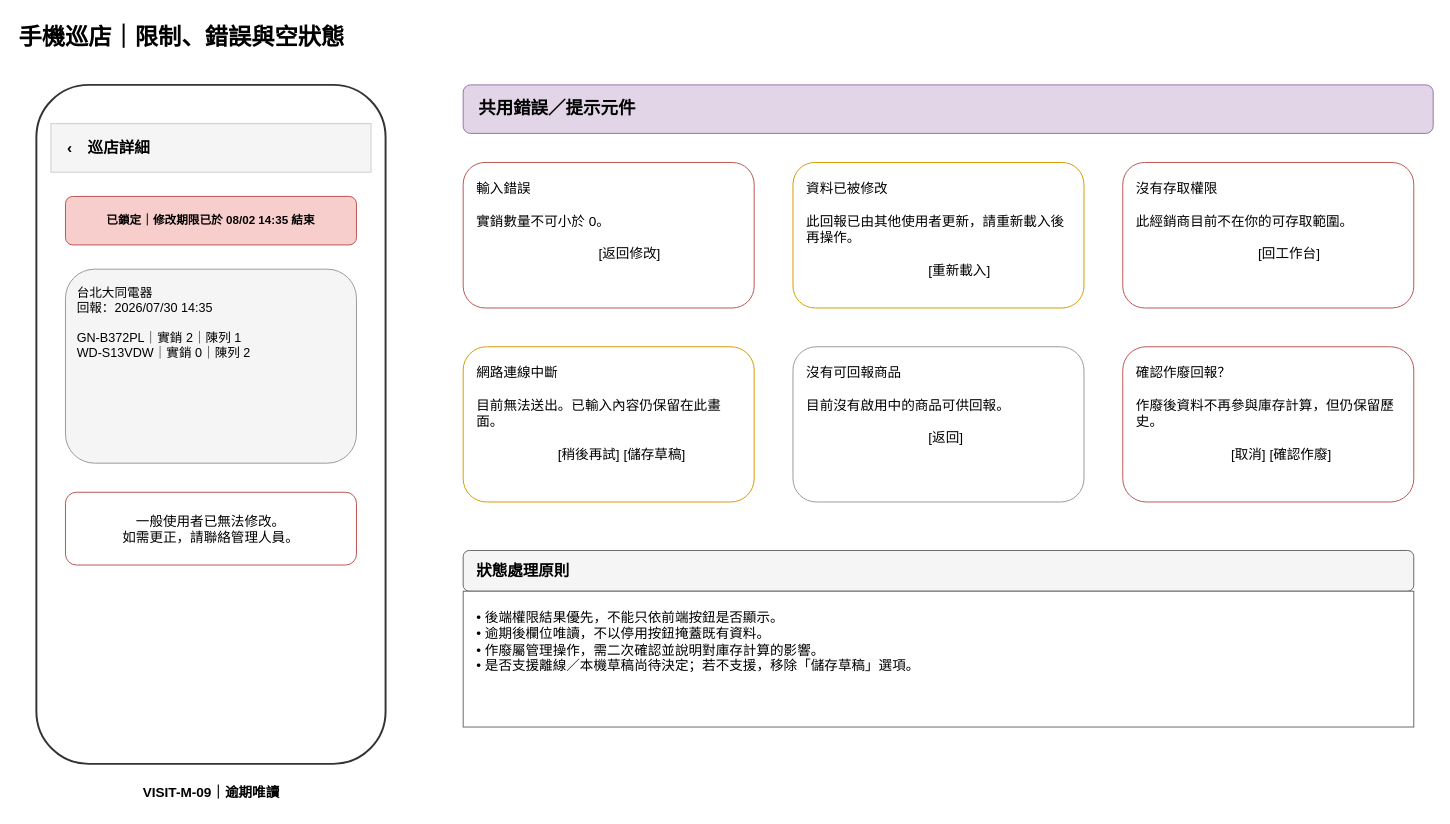
Before: page "06_共用限制與錯誤狀態" (7 of 7) of Codex筆記/LGSale_UI_Wireframe.drawio in tim5612/LGSaleOut, a draw.io diagram. Source tidied: cells renumbered, new cells numbered last; positions are measured from the earlier drawing's top-left corner, leaving out a move shared by most shapes. Both pictures are drawn from the tidied source at 97%, with x=0, y=0 at pixel (16, 16).
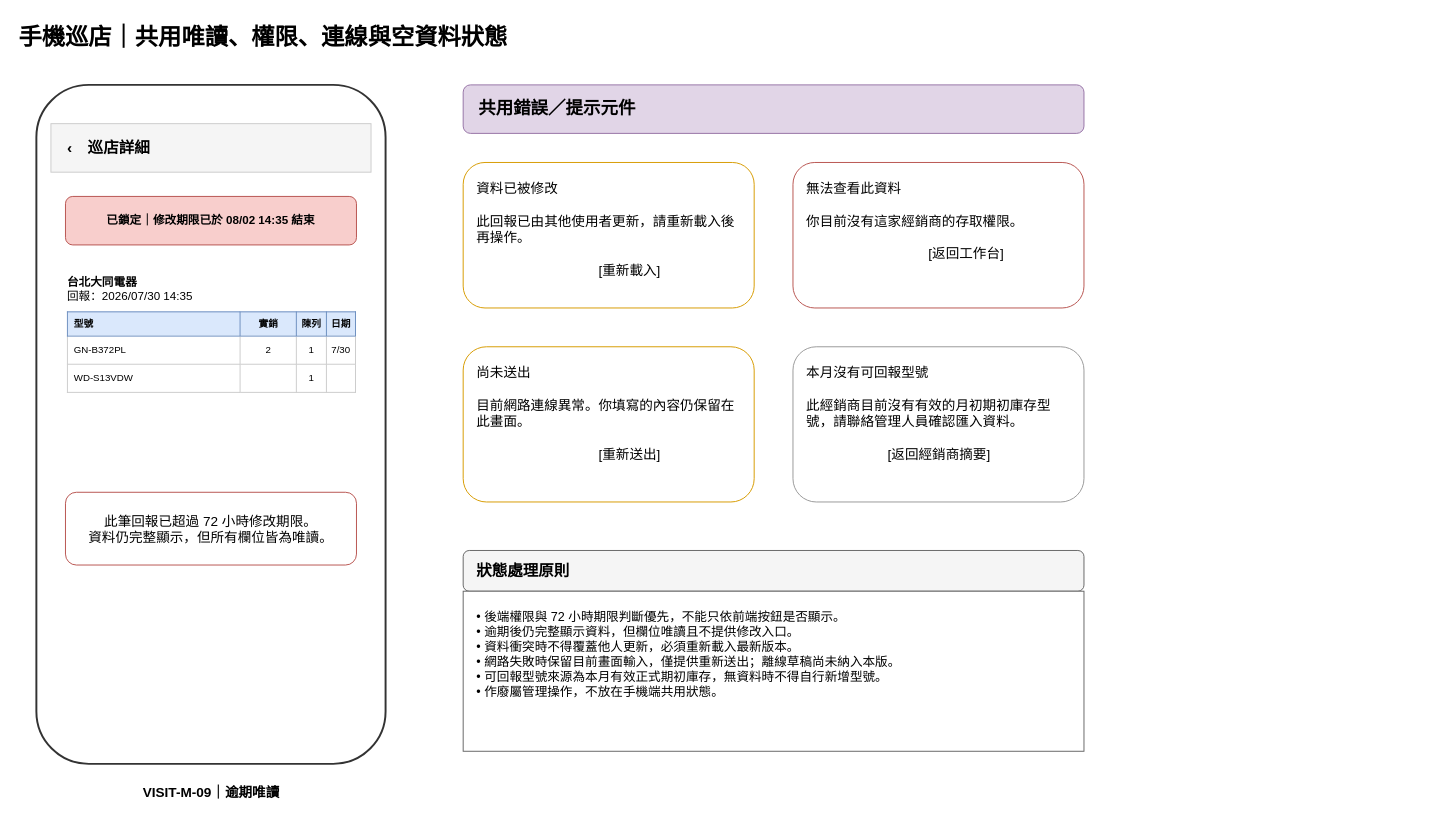
After the change.

Change to the diagram source:
```diff
@@
 <mxGraphModel>
   <root>
     <mxCell id="0" />
     <mxCell id="1" parent="0" />
-    <mxCell id="2" value="手機巡店｜限制、錯誤與空狀態" style="text;html=1;fontSize=24;fontStyle=1;align=left;" parent="1" vertex="1">
+    <mxCell id="2" value="手機巡店｜共用唯讀、權限、連線與空資料狀態" style="text;html=1;fontSize=24;fontStyle=1;align=left;" parent="1" vertex="1">
       <mxGeometry width="900" height="40" as="geometry" />
     </mxCell>
     <mxCell id="3" style="rounded=1;whiteSpace=wrap;html=1;fillColor=#ffffff;strokeColor=#333333;strokeWidth=2;" parent="1" vertex="1">
       <mxGeometry x="20" y="70" width="360" height="700" as="geometry" />
     </mxCell>
     <mxCell id="4" value="‹　巡店詳細" style="rounded=0;whiteSpace=wrap;html=1;fillColor=#f5f5f5;strokeColor=#cccccc;fontStyle=1;fontSize=16;align=left;spacingLeft=15;" parent="1" vertex="1">
       <mxGeometry x="35" y="110" width="330" height="50" as="geometry" />
     </mxCell>
     <mxCell id="5" value="已鎖定｜修改期限已於 08/02 14:35 結束" style="rounded=1;whiteSpace=wrap;html=1;fillColor=#f8cecc;strokeColor=#b85450;fontSize=12;fontStyle=1;" parent="1" vertex="1">
       <mxGeometry x="50" y="185" width="300" height="50" as="geometry" />
     </mxCell>
-    <mxCell id="6" value="台北大同電器&#10;回報：2026/07/30 14:35&#10;&#10;GN-B372PL｜實銷 2｜陳列 1&#10;WD-S13VDW｜實銷 0｜陳列 2" style="rounded=1;whiteSpace=wrap;html=1;fillColor=#f5f5f5;strokeColor=#999999;align=left;verticalAlign=top;spacing=12;fontSize=13;" parent="1" vertex="1">
+    <mxCell id="6" value="&lt;div style=&quot;margin-bottom:8px;font-size:12px&quot;&gt;&lt;b&gt;台北大同電器&lt;/b&gt;&lt;br&gt;回報：2026/07/30 14:35&lt;/div&gt;&lt;table style=&quot;width:100%;border-collapse:collapse;table-layout:fixed&quot;&gt;&lt;tr style=&quot;background:#dae8fc;font-weight:bold&quot;&gt;&lt;td style=&quot;width:60%;border:1px solid #6c8ebf;padding:6px&quot;&gt;型號&lt;/td&gt;&lt;td style=&quot;width:20%;border:1px solid #6c8ebf;text-align:center&quot;&gt;實銷&lt;/td&gt;&lt;td style=&quot;width:10%;border:1px solid #6c8ebf;text-align:center&quot;&gt;陳列&lt;/td&gt;&lt;td style=&quot;width:10%;border:1px solid #6c8ebf;text-align:center&quot;&gt;日期&lt;/td&gt;&lt;/tr&gt;&lt;tr&gt;&lt;td style=&quot;border:1px solid #ccc;padding:8px 6px&quot;&gt;GN-B372PL&lt;/td&gt;&lt;td style=&quot;border:1px solid #ccc;text-align:center&quot;&gt;2&lt;/td&gt;&lt;td style=&quot;border:1px solid #ccc;text-align:center&quot;&gt;1&lt;/td&gt;&lt;td style=&quot;border:1px solid #ccc;text-align:center&quot;&gt;7/30&lt;/td&gt;&lt;/tr&gt;&lt;tr&gt;&lt;td style=&quot;border:1px solid #ccc;padding:8px 6px&quot;&gt;WD-S13VDW&lt;/td&gt;&lt;td style=&quot;border:1px solid #ccc;text-align:center&quot;&gt;&lt;/td&gt;&lt;td style=&quot;border:1px solid #ccc;text-align:center&quot;&gt;1&lt;/td&gt;&lt;td style=&quot;border:1px solid #ccc;text-align:center&quot;&gt;&lt;/td&gt;&lt;/tr&gt;&lt;/table&gt;" style="rounded=0;whiteSpace=wrap;html=1;fillColor=#ffffff;strokeColor=none;align=left;verticalAlign=top;fontSize=10;" parent="1" vertex="1">
       <mxGeometry x="50" y="260" width="300" height="200" as="geometry" />
     </mxCell>
-    <mxCell id="7" value="一般使用者已無法修改。&#10;如需更正，請聯絡管理人員。" style="rounded=1;whiteSpace=wrap;html=1;fillColor=#ffffff;strokeColor=#b85450;fontSize=14;" parent="1" vertex="1">
+    <mxCell id="7" value="此筆回報已超過 72 小時修改期限。&#10;資料仍完整顯示，但所有欄位皆為唯讀。" style="rounded=1;whiteSpace=wrap;html=1;fillColor=#ffffff;strokeColor=#b85450;fontSize=14;" parent="1" vertex="1">
       <mxGeometry x="50" y="490" width="300" height="75" as="geometry" />
     </mxCell>
     <mxCell id="8" value="VISIT-M-09｜逾期唯讀" style="text;html=1;fontStyle=1;fontSize=14;align=center;" parent="1" vertex="1">
       <mxGeometry x="20" y="785" width="360" height="30" as="geometry" />
     </mxCell>
     <mxCell id="9" value="共用錯誤／提示元件" style="rounded=1;whiteSpace=wrap;html=1;fillColor=#e1d5e7;strokeColor=#9673a6;fontStyle=1;fontSize=18;align=left;spacingLeft=14;" parent="1" vertex="1">
-      <mxGeometry x="460" y="70" width="1000" height="50" as="geometry" />
+      <mxGeometry x="460" y="70" width="640" height="50" as="geometry" />
     </mxCell>
-    <mxCell id="10" value="輸入錯誤&#10;&#10;實銷數量不可小於 0。&#10;&#10;　　　　　　　　　[返回修改]" style="rounded=1;whiteSpace=wrap;html=1;fillColor=#ffffff;strokeColor=#b85450;align=left;verticalAlign=top;spacing=14;fontSize=14;" parent="1" vertex="1">
-      <mxGeometry x="460" y="150" width="300" height="150" as="geometry" />
-    </mxCell>
     <mxCell id="11" value="資料已被修改&#10;&#10;此回報已由其他使用者更新，請重新載入後再操作。&#10;&#10;　　　　　　　　　[重新載入]" style="rounded=1;whiteSpace=wrap;html=1;fillColor=#ffffff;strokeColor=#d79b00;align=left;verticalAlign=top;spacing=14;fontSize=14;" parent="1" vertex="1">
-      <mxGeometry x="800" y="150" width="300" height="150" as="geometry" />
+      <mxGeometry x="460" y="150" width="300" height="150" as="geometry" />
     </mxCell>
-    <mxCell id="12" value="沒有存取權限&#10;&#10;此經銷商目前不在你的可存取範圍。&#10;&#10;　　　　　　　　　[回工作台]" style="rounded=1;whiteSpace=wrap;html=1;fillColor=#ffffff;strokeColor=#b85450;align=left;verticalAlign=top;spacing=14;fontSize=14;" parent="1" vertex="1">
-      <mxGeometry x="1140" y="150" width="300" height="150" as="geometry" />
+    <mxCell id="12" value="無法查看此資料&#10;&#10;你目前沒有這家經銷商的存取權限。&#10;&#10;　　　　　　　　　[返回工作台]" style="rounded=1;whiteSpace=wrap;html=1;fillColor=#ffffff;strokeColor=#b85450;align=left;verticalAlign=top;spacing=14;fontSize=14;" parent="1" vertex="1">
+      <mxGeometry x="800" y="150" width="300" height="150" as="geometry" />
     </mxCell>
-    <mxCell id="13" value="網路連線中斷&#10;&#10;目前無法送出。已輸入內容仍保留在此畫面。&#10;&#10;　　　　　　[稍後再試] [儲存草稿]" style="rounded=1;whiteSpace=wrap;html=1;fillColor=#ffffff;strokeColor=#d79b00;align=left;verticalAlign=top;spacing=14;fontSize=14;" parent="1" vertex="1">
+    <mxCell id="13" value="尚未送出&#10;&#10;目前網路連線異常。你填寫的內容仍保留在此畫面。&#10;&#10;　　　　　　　　　[重新送出]" style="rounded=1;whiteSpace=wrap;html=1;fillColor=#ffffff;strokeColor=#d79b00;align=left;verticalAlign=top;spacing=14;fontSize=14;" parent="1" vertex="1">
       <mxGeometry x="460" y="340" width="300" height="160" as="geometry" />
     </mxCell>
-    <mxCell id="14" value="沒有可回報商品&#10;&#10;目前沒有啟用中的商品可供回報。&#10;&#10;　　　　　　　　　[返回]" style="rounded=1;whiteSpace=wrap;html=1;fillColor=#ffffff;strokeColor=#999999;align=left;verticalAlign=top;spacing=14;fontSize=14;" parent="1" vertex="1">
+    <mxCell id="14" value="本月沒有可回報型號&#10;&#10;此經銷商目前沒有有效的月初期初庫存型號，請聯絡管理人員確認匯入資料。&#10;&#10;　　　　　　[返回經銷商摘要]" style="rounded=1;whiteSpace=wrap;html=1;fillColor=#ffffff;strokeColor=#999999;align=left;verticalAlign=top;spacing=14;fontSize=14;" parent="1" vertex="1">
       <mxGeometry x="800" y="340" width="300" height="160" as="geometry" />
     </mxCell>
-    <mxCell id="15" value="確認作廢回報？&#10;&#10;作廢後資料不再參與庫存計算，但仍保留歷史。&#10;&#10;　　　　　　　[取消] [確認作廢]" style="rounded=1;whiteSpace=wrap;html=1;fillColor=#ffffff;strokeColor=#b85450;align=left;verticalAlign=top;spacing=14;fontSize=14;" parent="1" vertex="1">
-      <mxGeometry x="1140" y="340" width="300" height="160" as="geometry" />
-    </mxCell>
     <mxCell id="16" value="狀態處理原則" style="rounded=1;whiteSpace=wrap;html=1;fillColor=#f5f5f5;strokeColor=#666666;fontStyle=1;fontSize=16;align=left;spacingLeft=12;" parent="1" vertex="1">
-      <mxGeometry x="460" y="550" width="980" height="42" as="geometry" />
+      <mxGeometry x="460" y="550" width="640" height="42" as="geometry" />
     </mxCell>
-    <mxCell id="17" value="• 後端權限結果優先，不能只依前端按鈕是否顯示。&#10;• 逾期後欄位唯讀，不以停用按鈕掩蓋既有資料。&#10;• 作廢屬管理操作，需二次確認並說明對庫存計算的影響。&#10;• 是否支援離線／本機草稿尚待決定；若不支援，移除「儲存草稿」選項。" style="rounded=0;whiteSpace=wrap;html=1;fillColor=#ffffff;strokeColor=#666666;align=left;verticalAlign=top;spacing=14;fontSize=14;" parent="1" vertex="1">
-      <mxGeometry x="460" y="592" width="980" height="140" as="geometry" />
+    <mxCell id="17" value="• 後端權限與 72 小時期限判斷優先，不能只依前端按鈕是否顯示。&#10;• 逾期後仍完整顯示資料，但欄位唯讀且不提供修改入口。&#10;• 資料衝突時不得覆蓋他人更新，必須重新載入最新版本。&#10;• 網路失敗時保留目前畫面輸入，僅提供重新送出；離線草稿尚未納入本版。&#10;• 可回報型號來源為本月有效正式期初庫存，無資料時不得自行新增型號。&#10;• 作廢屬管理操作，不放在手機端共用狀態。" style="rounded=0;whiteSpace=wrap;html=1;fillColor=#ffffff;strokeColor=#666666;align=left;verticalAlign=top;spacing=14;fontSize=13;" parent="1" vertex="1">
+      <mxGeometry x="460" y="592" width="640" height="165" as="geometry" />
     </mxCell>
   </root>
 </mxGraphModel>
```
